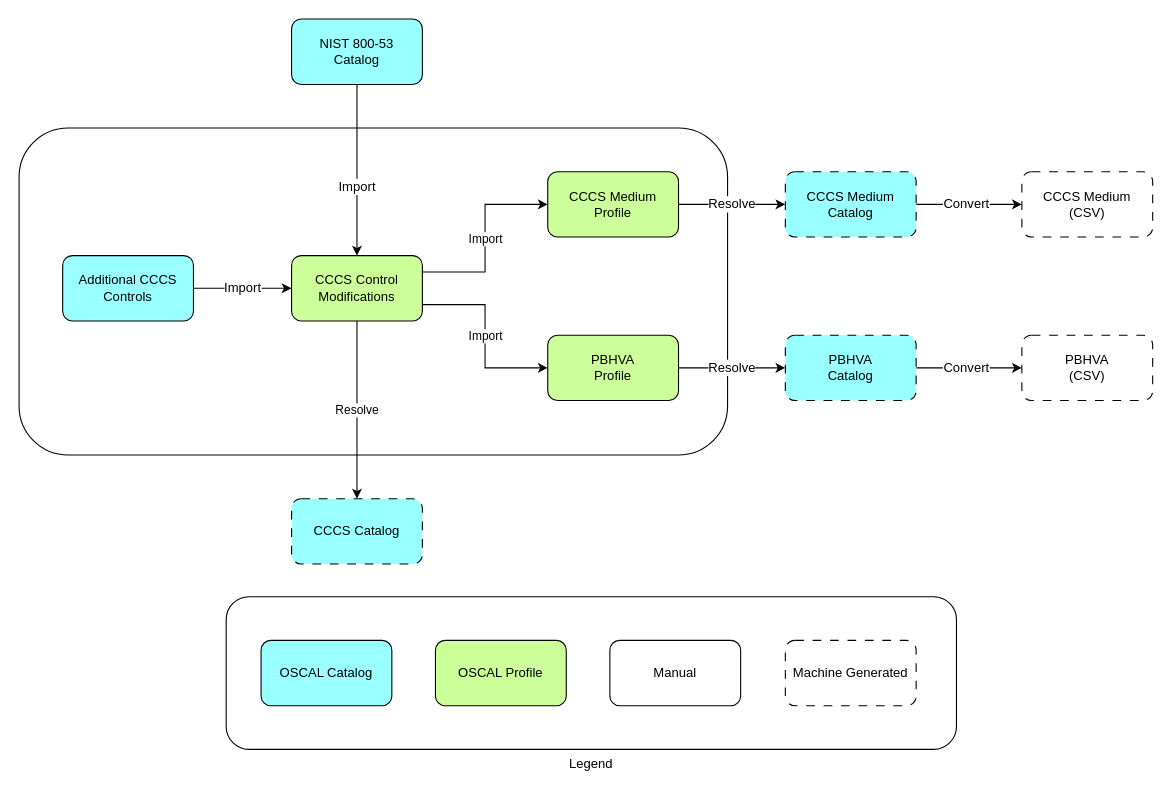
Earlier version of the draw.io diagram diagrams/diagram.drawio (aws-samples/cccs-oscal-samples). Source tidied: cells renumbered, new cells numbered last; positions are measured from the earlier drawing's top-left corner, leaving out a move shared by most shapes. Both pictures are drawn from the tidied source at 109%, with x=0, y=0 at pixel (19, 19).
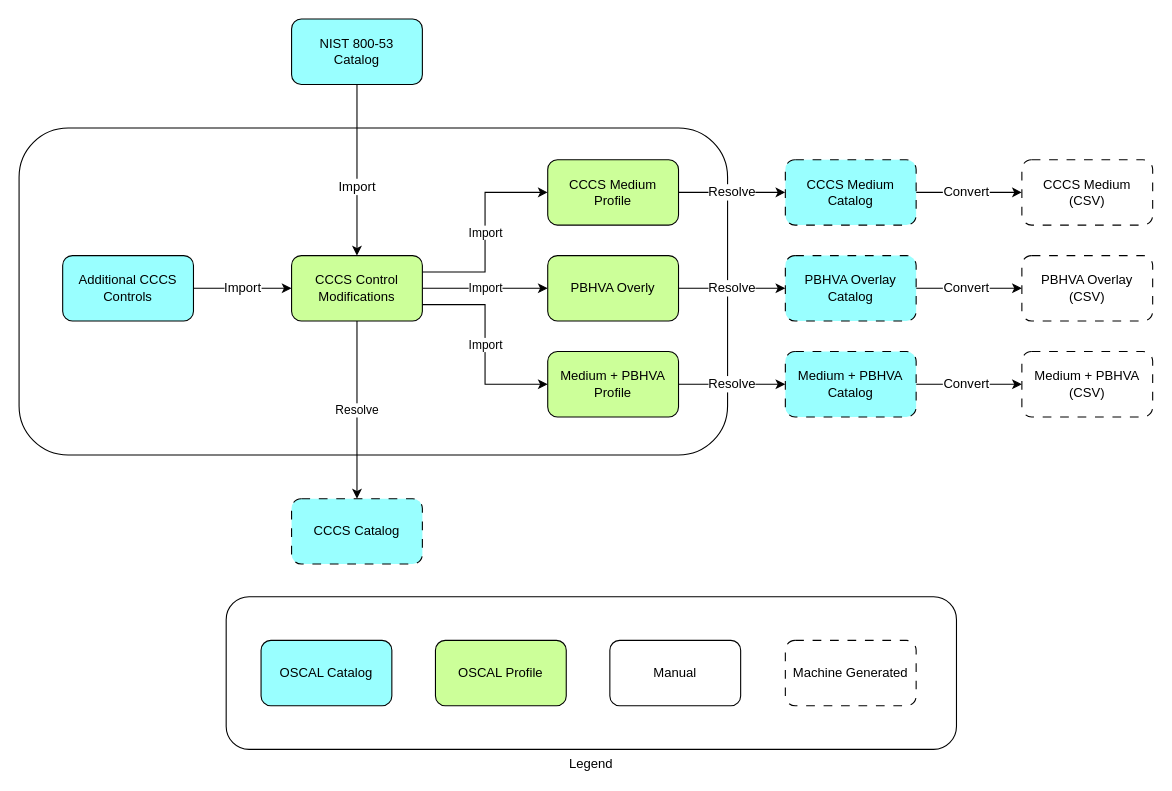
The same diagram, later.

Unchanged cells that the change refers to:
```xml
<mxCell id="9" value="CCCS Control Modifications" style="rounded=1;whiteSpace=wrap;html=1;fillColor=#CCFF99;fontSize=12;" parent="1" vertex="1">
  <mxGeometry x="250" y="217" width="120" height="60" as="geometry" />
</mxCell>
```

Change to the diagram source:
```diff
@@
+    <mxCell id="27" value="Import" style="edgeStyle=orthogonalEdgeStyle;rounded=0;jettySize=auto;html=1;exitX=1;exitY=0.5;exitDx=0;exitDy=0;entryX=0;entryY=0.5;entryDx=0;entryDy=0;" parent="1" edge="1" source="9" target="32">
+      <mxGeometry relative="1" as="geometry" />
+    </mxCell>
@@
     <mxCell id="13" value="CCCS Medium&lt;div style=&quot;font-size: 12px;&quot;&gt;Profile&lt;/div&gt;" style="rounded=1;whiteSpace=wrap;html=1;fillColor=#CCFF99;fontSize=12;" parent="1" vertex="1">
-      <mxGeometry x="485" y="140" width="120" height="60" as="geometry" />
+      <mxGeometry x="485" y="129" width="120" height="60" as="geometry" />
     </mxCell>
@@
     <mxCell id="16" value="CCCS Medium&lt;div style=&quot;font-size: 12px;&quot;&gt;Catalog&lt;/div&gt;" style="rounded=1;whiteSpace=wrap;html=1;fillColor=#99FFFF;fontSize=12;dashed=1;dashPattern=8 8;" parent="1" vertex="1">
-      <mxGeometry x="703" y="140" width="120" height="60" as="geometry" />
+      <mxGeometry x="703" y="129" width="120" height="60" as="geometry" />
     </mxCell>
@@
-    <mxCell id="18" value="PBHVA&lt;div style=&quot;font-size: 12px;&quot;&gt;Catalog&lt;/div&gt;" style="rounded=1;whiteSpace=wrap;html=1;fillColor=#99FFFF;fontSize=12;dashed=1;dashPattern=8 8;" parent="1" vertex="1">
-      <mxGeometry x="703" y="290" width="120" height="60" as="geometry" />
+    <mxCell id="18" value="Medium + PBHVA&lt;div style=&quot;font-size: 12px;&quot;&gt;Catalog&lt;/div&gt;" style="rounded=1;whiteSpace=wrap;html=1;fillColor=#99FFFF;fontSize=12;dashed=1;dashPattern=8 8;" parent="1" vertex="1">
+      <mxGeometry x="703" y="305" width="120" height="60" as="geometry" />
     </mxCell>
     <mxCell id="19" value="CCCS Medium&lt;div style=&quot;font-size: 12px;&quot;&gt;&lt;span style=&quot;background-color: initial; font-size: 12px;&quot;&gt;(CSV)&lt;/span&gt;&lt;/div&gt;" style="rounded=1;whiteSpace=wrap;html=1;fontSize=12;dashed=1;dashPattern=8 8;" parent="1" vertex="1">
-      <mxGeometry x="920" y="140" width="120" height="60" as="geometry" />
+      <mxGeometry x="920" y="129" width="120" height="60" as="geometry" />
     </mxCell>
-    <mxCell id="20" value="PBHVA&lt;div style=&quot;font-size: 12px;&quot;&gt;(CSV)&lt;/div&gt;" style="rounded=1;whiteSpace=wrap;html=1;fontSize=12;dashed=1;dashPattern=8 8;" parent="1" vertex="1">
-      <mxGeometry x="920" y="290" width="120" height="60" as="geometry" />
+    <mxCell id="20" value="Medium + PBHVA&lt;div style=&quot;font-size: 12px;&quot;&gt;(CSV)&lt;/div&gt;" style="rounded=1;whiteSpace=wrap;html=1;fontSize=12;dashed=1;dashPattern=8 8;" parent="1" vertex="1">
+      <mxGeometry x="920" y="305" width="120" height="60" as="geometry" />
     </mxCell>
@@
-    <mxCell id="26" value="PBHVA&lt;div style=&quot;font-size: 12px;&quot;&gt;Profile&lt;/div&gt;" style="rounded=1;whiteSpace=wrap;html=1;fillColor=#CCFF99;fontSize=12;" parent="1" vertex="1">
-      <mxGeometry x="485" y="290" width="120" height="60" as="geometry" />
+    <mxCell id="26" value="Medium + PBHVA&lt;div style=&quot;font-size: 12px;&quot;&gt;Profile&lt;/div&gt;" style="rounded=1;whiteSpace=wrap;html=1;fillColor=#CCFF99;fontSize=12;" parent="1" vertex="1">
+      <mxGeometry x="485" y="305" width="120" height="60" as="geometry" />
     </mxCell>
+    <mxCell id="28" value="Resolve" style="edgeStyle=orthogonalEdgeStyle;rounded=0;jettySize=auto;html=1;exitX=1;exitY=0.5;exitDx=0;exitDy=0;entryX=0;entryY=0.5;entryDx=0;entryDy=0;fontSize=12;" parent="1" edge="1" source="32" target="30">
+      <mxGeometry relative="1" as="geometry" />
+    </mxCell>
+    <mxCell id="29" value="Convert" style="edgeStyle=orthogonalEdgeStyle;rounded=0;jettySize=auto;html=1;exitX=1;exitY=0.5;exitDx=0;exitDy=0;entryX=0;entryY=0.5;entryDx=0;entryDy=0;fontSize=12;" parent="1" edge="1" source="30" target="31">
+      <mxGeometry x="-0.03" relative="1" as="geometry">
+        <mxPoint x="-1" as="offset" />
+      </mxGeometry>
+    </mxCell>
+    <mxCell id="30" value="PBHVA Overlay&lt;div style=&quot;font-size: 12px;&quot;&gt;Catalog&lt;/div&gt;" style="rounded=1;whiteSpace=wrap;html=1;fillColor=#99FFFF;fontSize=12;dashed=1;dashPattern=8 8;" parent="1" vertex="1">
+      <mxGeometry x="703" y="217" width="120" height="60" as="geometry" />
+    </mxCell>
+    <mxCell id="31" value="PBHVA Overlay&lt;div style=&quot;font-size: 12px;&quot;&gt;(CSV)&lt;/div&gt;" style="rounded=1;whiteSpace=wrap;html=1;fontSize=12;dashed=1;dashPattern=8 8;" parent="1" vertex="1">
+      <mxGeometry x="920" y="217" width="120" height="60" as="geometry" />
+    </mxCell>
+    <mxCell id="32" value="PBHVA Overly" style="rounded=1;whiteSpace=wrap;html=1;fillColor=#CCFF99;fontSize=12;" parent="1" vertex="1">
+      <mxGeometry x="485" y="217" width="120" height="60" as="geometry" />
+    </mxCell>
```
